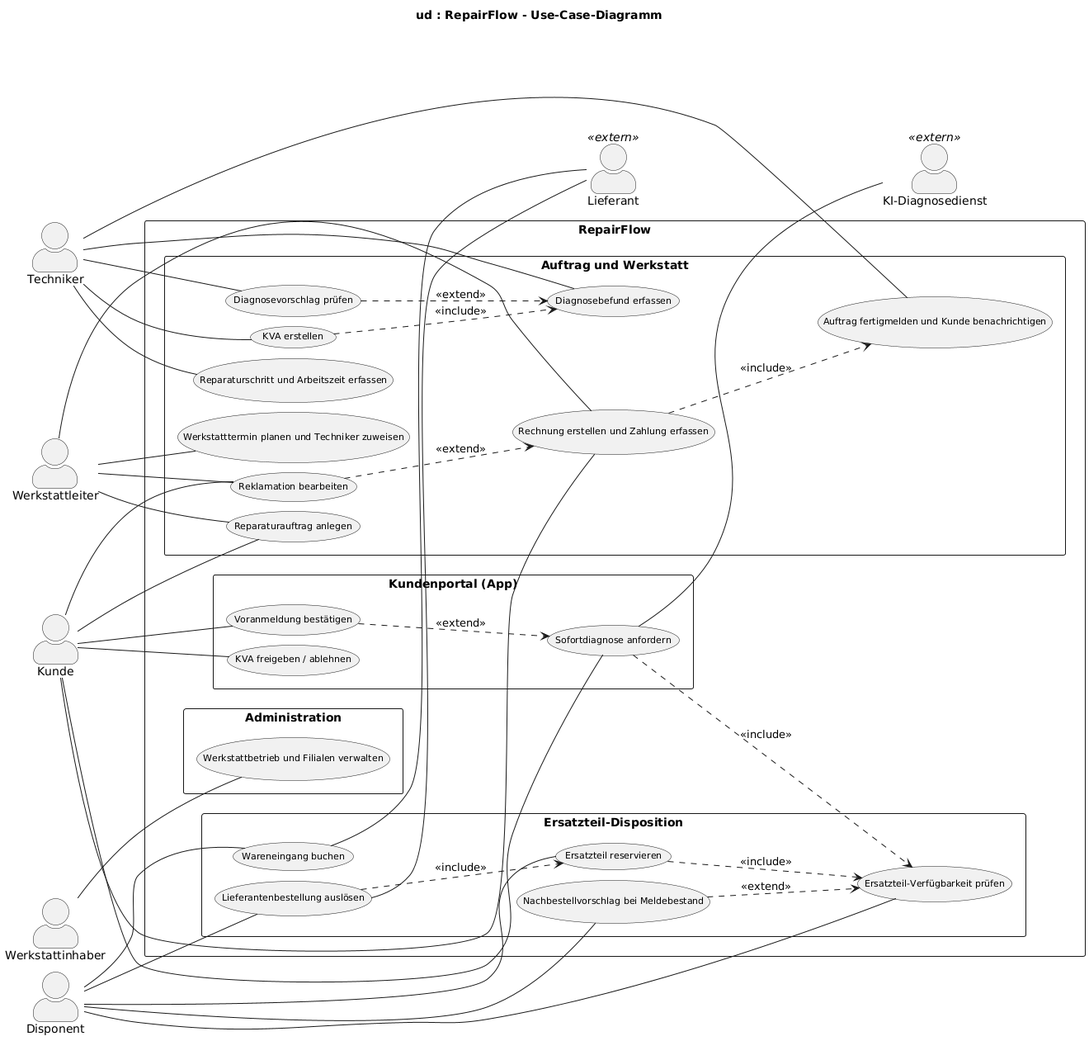
Before: uml/usecase.png, a diagram exported from PlantUML (jakobschwan123-cmd/casestudy-semester-3).
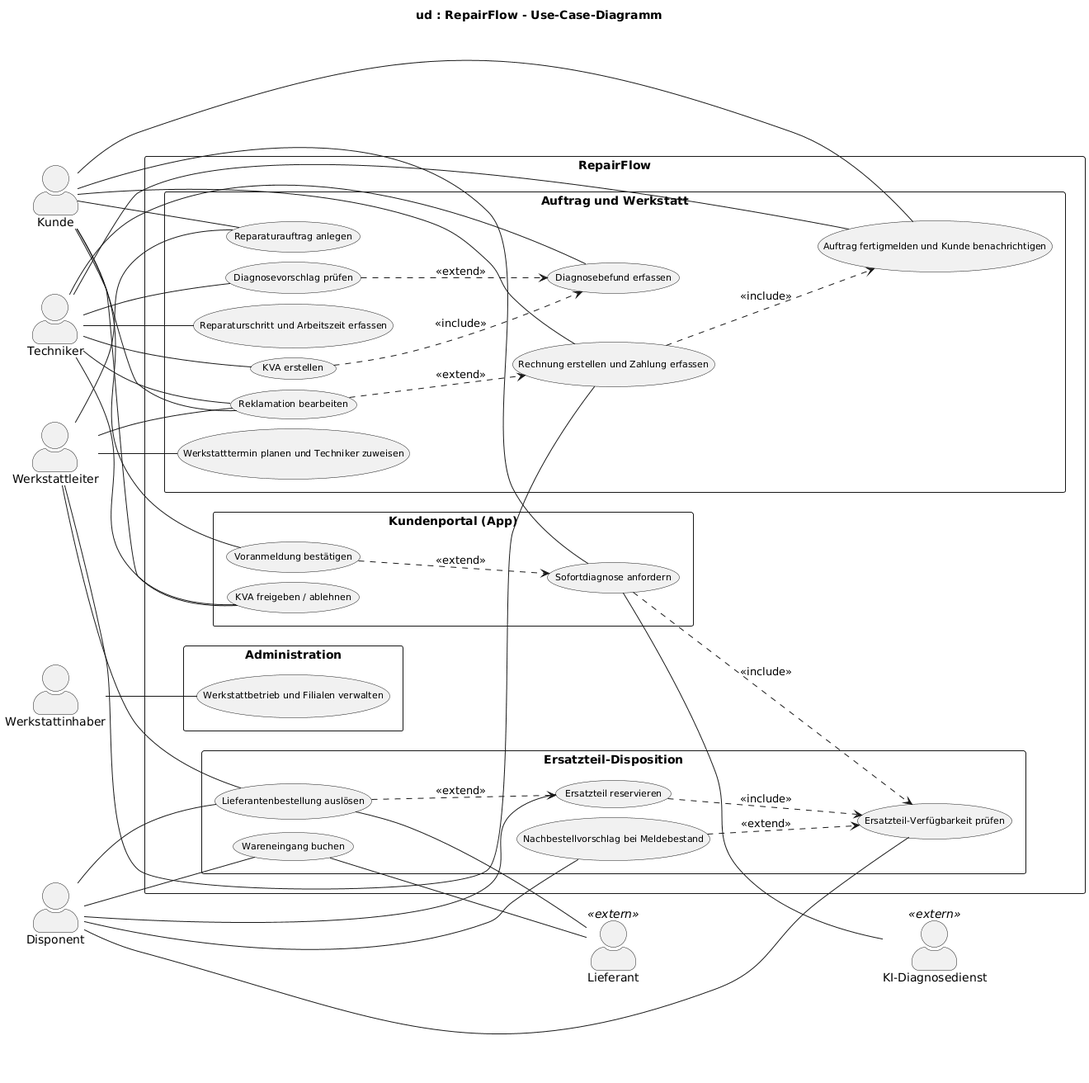
Above is the later version.

The edit, as a diff of the source:
```diff
@@ -50,19 +50,23 @@
 Kunde -- UC02
 Kunde -- UC03
 Kunde -- UC07
+Kunde -- UC14
 Kunde -- UC15
 Kunde -- UC16
 Techniker -- UC04
 Techniker -- UC05
 Techniker -- UC06
+Techniker -- UC07
 Techniker -- UC13
 Techniker -- UC14
+Techniker -- UC16
 Disponent -- UC08
 Disponent -- UC09
 Disponent -- UC10
 Disponent -- UC11
 Disponent -- UC12
 Werkstattleiter -- UC03
+Werkstattleiter -- UC10
 Werkstattleiter -- UC15
 Werkstattleiter -- UC16
 Werkstattleiter -- UC17
@@ -74,10 +78,10 @@
 UC01 ..> UC08 : <<include>>
 UC06 ..> UC05 : <<include>>
 UC09 ..> UC08 : <<include>>
-UC10 ..> UC09 : <<include>>
 UC15 ..> UC14 : <<include>>
 UC02 ..> UC01 : <<extend>>
 UC04 ..> UC05 : <<extend>>
+UC10 ..> UC09 : <<extend>>
 UC12 ..> UC08 : <<extend>>
 UC16 ..> UC15 : <<extend>>
 @enduml
```
